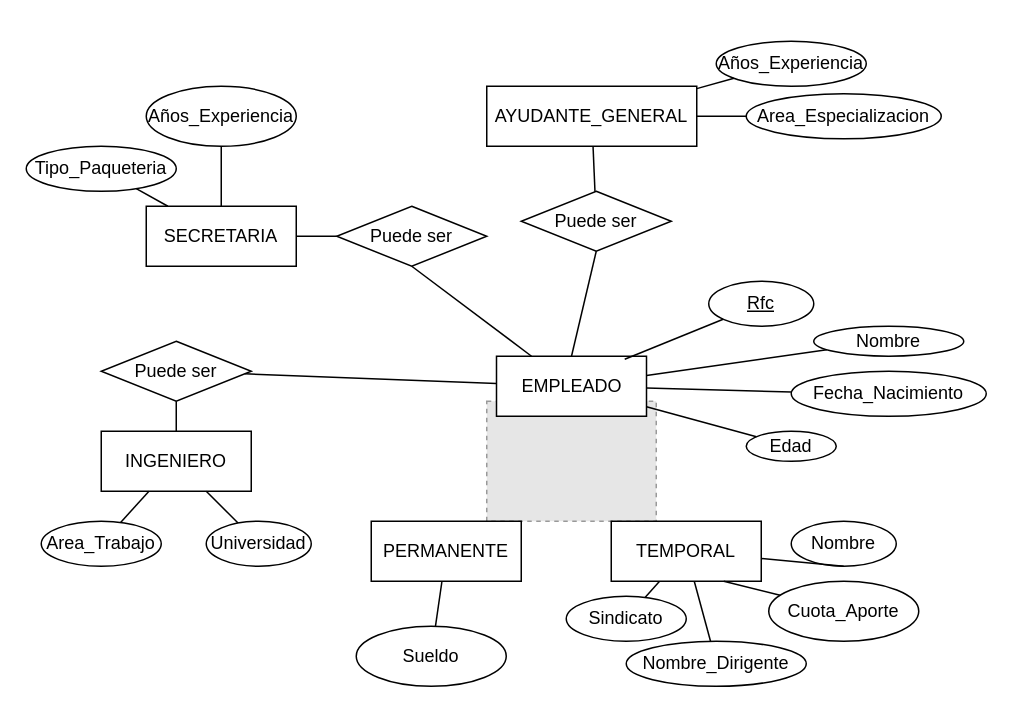
Earlier version of the draw.io diagram Contrataciones.drawio (IsraMejia/DiagramasEntidadRelacion). Source tidied: cells renumbered, new cells numbered last; positions are measured from the earlier drawing's top-left corner, leaving out a move shared by most shapes. Both pictures are drawn from the tidied source at 150%, with x=0, y=0 at pixel (26, 40). Pictures stored in the file or linked from it are replaced by grey dashed boxes.
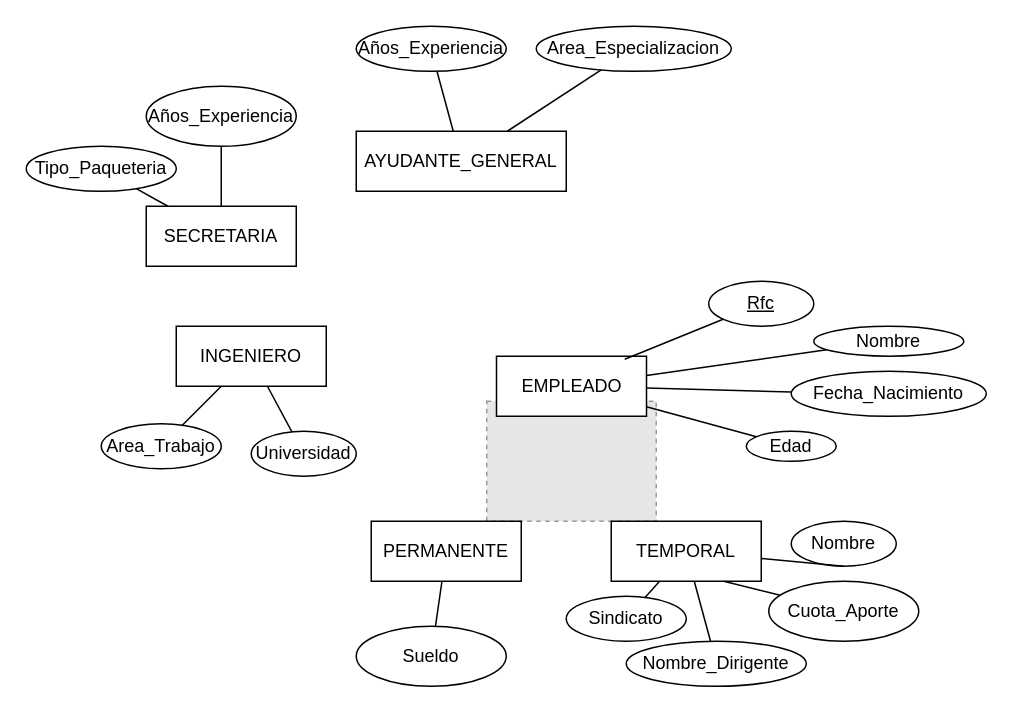
After the change.

Commit message:
falta la disyuncion que pondre a lapiz

The change refers to these unchanged cells:
```xml
<mxCell id="3" value="EMPLEADO" style="whiteSpace=wrap;html=1;align=center;" parent="1" vertex="1">
  <mxGeometry x="313.5" y="210" width="100" height="40" as="geometry" />
</mxCell>
<mxCell id="18" value="SECRETARIA" style="whiteSpace=wrap;html=1;align=center;" parent="1" vertex="1">
  <mxGeometry x="80" y="110" width="100" height="40" as="geometry" />
</mxCell>
```

Change to the diagram source:
```diff
@@
-    <mxCell id="16" value="Puede ser" style="shape=rhombus;perimeter=rhombusPerimeter;whiteSpace=wrap;html=1;align=center;" parent="1" vertex="1">
-      <mxGeometry x="50" y="200" width="100" height="40" as="geometry" />
-    </mxCell>
     <mxCell id="17" value="INGENIERO" style="whiteSpace=wrap;html=1;align=center;" parent="1" vertex="1">
-      <mxGeometry x="50" y="260" width="100" height="40" as="geometry" />
+      <mxGeometry x="100" y="190" width="100" height="40" as="geometry" />
     </mxCell>
@@
     <mxCell id="19" value="AYUDANTE_GENERAL" style="whiteSpace=wrap;html=1;align=center;" parent="1" vertex="1">
-      <mxGeometry x="307" y="30" width="140" height="40" as="geometry" />
+      <mxGeometry x="220" y="60" width="140" height="40" as="geometry" />
     </mxCell>
-    <mxCell id="20" value="Puede ser" style="shape=rhombus;perimeter=rhombusPerimeter;whiteSpace=wrap;html=1;align=center;" parent="1" vertex="1">
-      <mxGeometry x="207" y="110" width="100" height="40" as="geometry" />
-    </mxCell>
-    <mxCell id="21" value="Puede ser" style="shape=rhombus;perimeter=rhombusPerimeter;whiteSpace=wrap;html=1;align=center;" parent="1" vertex="1">
-      <mxGeometry x="330" y="100" width="100" height="40" as="geometry" />
-    </mxCell>
-    <mxCell id="22" style="endArrow=none;html=1;rounded=0;" parent="1" edge="1" source="16" target="3">
-      <mxGeometry relative="1" as="geometry" />
-    </mxCell>
-    <mxCell id="23" style="endArrow=none;html=1;rounded=0;exitX=0.5;exitY=1;exitDx=0;exitDy=0;entryX=0.5;entryY=0;entryDx=0;entryDy=0;" parent="1" edge="1" source="21" target="3">
-      <mxGeometry relative="1" as="geometry" />
-    </mxCell>
-    <mxCell id="24" style="endArrow=none;html=1;rounded=0;exitX=0.5;exitY=1;exitDx=0;exitDy=0;" parent="1" edge="1" source="20" target="3">
-      <mxGeometry relative="1" as="geometry" />
-    </mxCell>
-    <mxCell id="25" style="endArrow=none;html=1;rounded=0;" parent="1" edge="1" source="17" target="16">
-      <mxGeometry relative="1" as="geometry" />
-    </mxCell>
-    <mxCell id="26" style="endArrow=none;html=1;rounded=0;" parent="1" edge="1" source="18" target="20">
-      <mxGeometry relative="1" as="geometry" />
-    </mxCell>
-    <mxCell id="27" style="endArrow=none;html=1;rounded=0;" parent="1" edge="1" source="19" target="21">
-      <mxGeometry relative="1" as="geometry" />
-    </mxCell>
@@
     <mxCell id="36" value="Area_Trabajo" style="ellipse;whiteSpace=wrap;html=1;align=center;" parent="1" vertex="1">
-      <mxGeometry x="10" y="320" width="80" height="30" as="geometry" />
+      <mxGeometry x="50" y="255" width="80" height="30" as="geometry" />
     </mxCell>
     <mxCell id="37" value="Universidad" style="ellipse;whiteSpace=wrap;html=1;align=center;" parent="1" vertex="1">
-      <mxGeometry x="120" y="320" width="70" height="30" as="geometry" />
+      <mxGeometry x="150" y="260" width="70" height="30" as="geometry" />
     </mxCell>
@@
     <mxCell id="44" value="Años_Experiencia" style="ellipse;whiteSpace=wrap;html=1;align=center;" parent="1" vertex="1">
-      <mxGeometry x="460" width="100" height="30" as="geometry" />
+      <mxGeometry x="220" y="-10" width="100" height="30" as="geometry" />
     </mxCell>
     <mxCell id="45" value="Area_Especializacion" style="ellipse;whiteSpace=wrap;html=1;align=center;" parent="1" vertex="1">
-      <mxGeometry x="480" y="35" width="130" height="30" as="geometry" />
+      <mxGeometry x="340" y="-10" width="130" height="30" as="geometry" />
     </mxCell>
```
